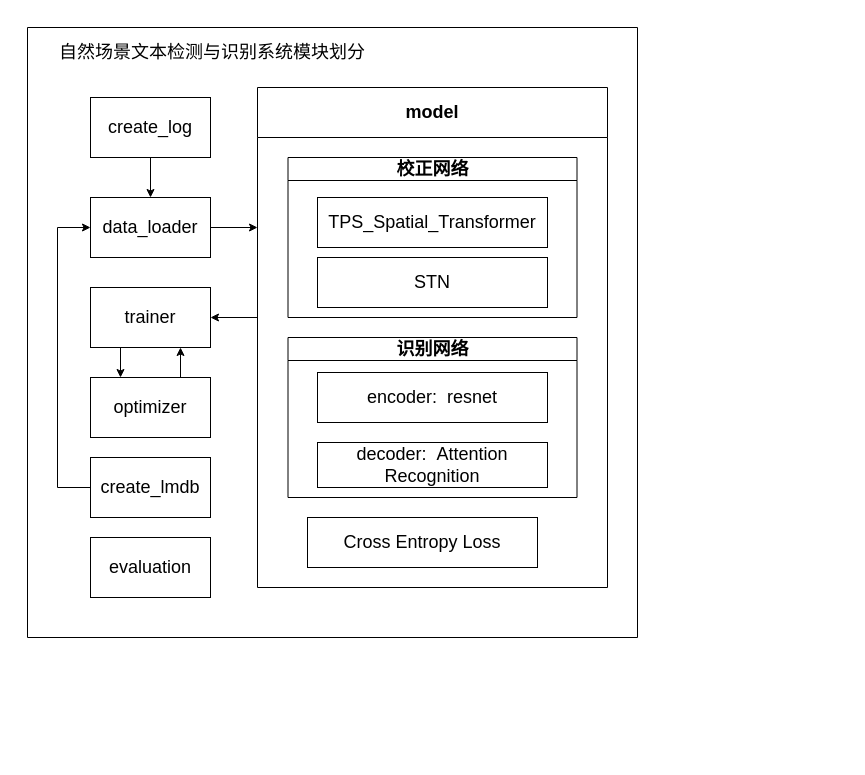
Earlier version of the draw.io diagram 未命名绘图.drawio (Dong-J93/_pictures). Source tidied: cells renumbered, new cells numbered last; positions are measured from the earlier drawing's top-left corner, leaving out a move shared by most shapes. Both pictures are drawn from the tidied source at 100%, with x=0, y=0 at pixel (17, 17).
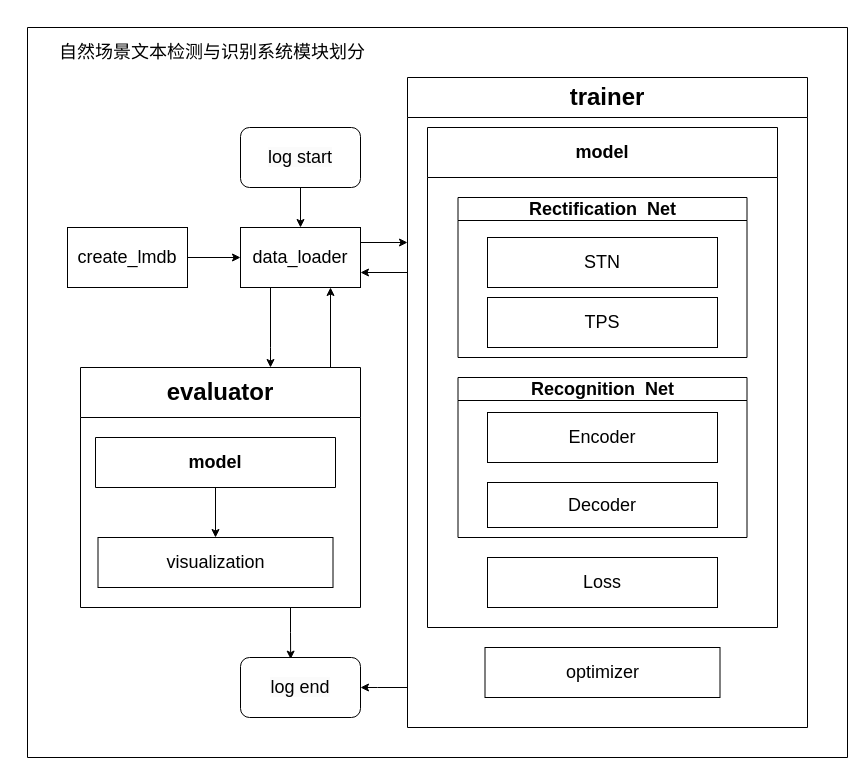
The same page after the edit.

Commit message:
更新未命名绘图.drawio

What changed in the source:
```diff
@@
     <mxCell id="2" style="swimlane;startSize=0;" parent="1" vertex="1">
-      <mxGeometry x="10" y="10" width="610" height="610" as="geometry" />
+      <mxGeometry x="10" y="10" width="820" height="730" as="geometry" />
     </mxCell>
-    <mxCell id="3" style="edgeStyle=orthogonalEdgeStyle;rounded=0;jettySize=auto;html=1;exitX=0;exitY=0.5;exitDx=0;exitDy=0;" parent="2" edge="1" source="4" target="15">
-      <mxGeometry relative="1" as="geometry">
-        <Array as="points">
-          <mxPoint x="230" y="290" />
-        </Array>
-      </mxGeometry>
-    </mxCell>
+    <mxCell id="24" style="edgeStyle=orthogonalEdgeStyle;rounded=0;jettySize=auto;html=1;exitX=1;exitY=0.25;exitDx=0;exitDy=0;" parent="2" edge="1" source="13">
+      <mxGeometry relative="1" as="geometry">
+        <mxPoint x="380" y="215" as="targetPoint" />
+      </mxGeometry>
+    </mxCell>
+    <mxCell id="25" style="edgeStyle=orthogonalEdgeStyle;rounded=0;jettySize=auto;html=1;exitX=0.25;exitY=1;exitDx=0;exitDy=0;" parent="2" edge="1" source="13" target="31">
+      <mxGeometry relative="1" as="geometry">
+        <Array as="points">
+          <mxPoint x="243" y="320" />
+          <mxPoint x="243" y="320" />
+        </Array>
+      </mxGeometry>
+    </mxCell>
+    <mxCell id="13" value="&lt;font style=&quot;font-size: 18px;&quot;&gt;data_loader&lt;/font&gt;" style="rounded=0;whiteSpace=wrap;html=1;" parent="2" vertex="1">
+      <mxGeometry x="213" y="200" width="120" height="60" as="geometry" />
+    </mxCell>
+    <mxCell id="18" value="&lt;font style=&quot;font-size: 18px;&quot;&gt;自然场景文本检测与识别系统模块划分&lt;/font&gt;" style="text;html=1;strokeColor=none;fillColor=none;align=center;verticalAlign=middle;whiteSpace=wrap;rounded=0;" parent="2" vertex="1">
+      <mxGeometry x="-10" y="-10" width="390" height="70" as="geometry" />
+    </mxCell>
+    <mxCell id="21" style="edgeStyle=orthogonalEdgeStyle;rounded=0;jettySize=auto;html=1;" parent="2" edge="1" source="22" target="13">
+      <mxGeometry relative="1" as="geometry" />
+    </mxCell>
+    <mxCell id="22" value="&lt;font style=&quot;font-size: 18px;&quot;&gt;create_lmdb&lt;/font&gt;" style="rounded=0;whiteSpace=wrap;html=1;" parent="2" vertex="1">
+      <mxGeometry x="40" y="200" width="120" height="60" as="geometry" />
+    </mxCell>
+    <mxCell id="26" style="edgeStyle=orthogonalEdgeStyle;rounded=0;jettySize=auto;html=1;" parent="2" edge="1" source="27" target="13">
+      <mxGeometry relative="1" as="geometry" />
+    </mxCell>
+    <mxCell id="27" value="&lt;span style=&quot;color: rgb(0, 0, 0); font-family: Helvetica; font-size: 18px; font-style: normal; font-variant-ligatures: normal; font-variant-caps: normal; font-weight: 400; letter-spacing: normal; orphans: 2; text-align: center; text-indent: 0px; text-transform: none; widows: 2; word-spacing: 0px; -webkit-text-stroke-width: 0px; background-color: rgb(251, 251, 251); text-decoration-thickness: initial; text-decoration-style: initial; text-decoration-color: initial; float: none; display: inline !important;&quot;&gt;log start&lt;/span&gt;" style="rounded=1;whiteSpace=wrap;html=1;" parent="2" vertex="1">
+      <mxGeometry x="213" y="100" width="120" height="60" as="geometry" />
+    </mxCell>
+    <mxCell id="28" style="edgeStyle=orthogonalEdgeStyle;rounded=0;jettySize=auto;html=1;entryX=1;entryY=0.75;entryDx=0;entryDy=0;" parent="2" edge="1" target="13">
+      <mxGeometry relative="1" as="geometry">
+        <mxPoint x="380" y="250" as="sourcePoint" />
+        <Array as="points">
+          <mxPoint x="380" y="245" />
+        </Array>
+      </mxGeometry>
+    </mxCell>
+    <mxCell id="15" value="&lt;font style=&quot;font-size: 24px;&quot;&gt;trainer&lt;/font&gt;" style="swimlane;whiteSpace=wrap;html=1;startSize=40;" parent="2" vertex="1">
+      <mxGeometry x="380" y="50" width="400" height="650" as="geometry" />
+    </mxCell>
-    <mxCell id="4" value="&lt;font style=&quot;font-size: 18px;&quot;&gt;model&lt;/font&gt;" style="swimlane;whiteSpace=wrap;html=1;startSize=50;" parent="2" vertex="1">
-      <mxGeometry x="230" y="60" width="350" height="500" as="geometry" />
+    <mxCell id="4" value="&lt;font style=&quot;font-size: 18px;&quot;&gt;model&lt;/font&gt;" style="swimlane;whiteSpace=wrap;html=1;startSize=50;" parent="15" vertex="1">
+      <mxGeometry x="20" y="50" width="350" height="500" as="geometry" />
     </mxCell>
-    <mxCell id="5" value="&lt;font style=&quot;font-size: 18px;&quot;&gt;校正网络&lt;/font&gt;" style="swimlane;whiteSpace=wrap;html=1;" parent="4" vertex="1">
+    <mxCell id="5" value="&lt;font style=&quot;font-size: 18px;&quot;&gt;Rectification&amp;nbsp; Net&lt;/font&gt;" style="swimlane;whiteSpace=wrap;html=1;" parent="4" vertex="1">
       <mxGeometry x="30.5" y="70" width="289" height="160" as="geometry" />
     </mxCell>
-    <mxCell id="6" value="&lt;font style=&quot;font-size: 18px;&quot;&gt;TPS_Spatial_Transformer&lt;/font&gt;" style="rounded=0;whiteSpace=wrap;html=1;" parent="5" vertex="1">
+    <mxCell id="6" value="&lt;font style=&quot;font-size: 18px;&quot;&gt;STN&lt;/font&gt;" style="rounded=0;whiteSpace=wrap;html=1;" parent="5" vertex="1">
       <mxGeometry x="29.5" y="40" width="230" height="50" as="geometry" />
     </mxCell>
-    <mxCell id="7" value="&lt;font style=&quot;font-size: 18px;&quot;&gt;STN&lt;/font&gt;" style="rounded=0;whiteSpace=wrap;html=1;" parent="5" vertex="1">
+    <mxCell id="7" value="&lt;font style=&quot;font-size: 18px;&quot;&gt;TPS&lt;/font&gt;" style="rounded=0;whiteSpace=wrap;html=1;" parent="5" vertex="1">
       <mxGeometry x="29.5" y="100" width="230" height="50" as="geometry" />
     </mxCell>
-    <mxCell id="8" value="&lt;font style=&quot;font-size: 18px;&quot;&gt;识别网络&lt;/font&gt;" style="swimlane;whiteSpace=wrap;html=1;" parent="4" vertex="1">
+    <mxCell id="8" value="&lt;font style=&quot;font-size: 18px;&quot;&gt;Recognition&amp;nbsp; Net&lt;/font&gt;" style="swimlane;whiteSpace=wrap;html=1;" parent="4" vertex="1">
       <mxGeometry x="30.5" y="250" width="289" height="160" as="geometry" />
     </mxCell>
-    <mxCell id="9" value="&lt;font style=&quot;font-size: 18px;&quot;&gt;encoder:&amp;nbsp; resnet&lt;/font&gt;" style="rounded=0;whiteSpace=wrap;html=1;" parent="8" vertex="1">
+    <mxCell id="9" value="&lt;font style=&quot;font-size: 18px;&quot;&gt;Encoder&lt;/font&gt;" style="rounded=0;whiteSpace=wrap;html=1;" parent="8" vertex="1">
       <mxGeometry x="29.5" y="35" width="230" height="50" as="geometry" />
     </mxCell>
-    <mxCell id="10" value="&lt;font style=&quot;font-size: 18px;&quot;&gt;&lt;font style=&quot;&quot;&gt;decoder:&amp;nbsp;&amp;nbsp;&lt;/font&gt;Attention Recognition&lt;/font&gt;" style="rounded=0;whiteSpace=wrap;html=1;" parent="8" vertex="1">
+    <mxCell id="10" value="&lt;span style=&quot;font-size: 18px;&quot;&gt;Decoder&lt;/span&gt;" style="rounded=0;whiteSpace=wrap;html=1;" parent="8" vertex="1">
       <mxGeometry x="29.5" y="105" width="230" height="45" as="geometry" />
     </mxCell>
-    <mxCell id="11" value="&lt;font style=&quot;font-size: 18px;&quot;&gt;Cross Entropy Loss&lt;/font&gt;" style="rounded=0;whiteSpace=wrap;html=1;" parent="4" vertex="1">
-      <mxGeometry x="50" y="430" width="230" height="50" as="geometry" />
+    <mxCell id="11" value="&lt;font style=&quot;font-size: 18px;&quot;&gt;Loss&lt;/font&gt;" style="rounded=0;whiteSpace=wrap;html=1;" parent="4" vertex="1">
+      <mxGeometry x="60" y="430" width="230" height="50" as="geometry" />
     </mxCell>
-    <mxCell id="12" style="edgeStyle=orthogonalEdgeStyle;rounded=0;jettySize=auto;html=1;exitX=1;exitY=0.5;exitDx=0;exitDy=0;" parent="2" edge="1" source="13">
-      <mxGeometry relative="1" as="geometry">
-        <mxPoint x="230" y="200" as="targetPoint" />
-        <Array as="points">
-          <mxPoint x="230" y="200" />
-        </Array>
-      </mxGeometry>
-    </mxCell>
-    <mxCell id="13" value="&lt;font style=&quot;font-size: 18px;&quot;&gt;data_loader&lt;/font&gt;" style="rounded=0;whiteSpace=wrap;html=1;" parent="2" vertex="1">
-      <mxGeometry x="63" y="170" width="120" height="60" as="geometry" />
-    </mxCell>
-    <mxCell id="14" style="edgeStyle=orthogonalEdgeStyle;rounded=0;jettySize=auto;html=1;exitX=0.25;exitY=1;exitDx=0;exitDy=0;entryX=0.25;entryY=0;entryDx=0;entryDy=0;" parent="2" edge="1" source="15" target="17">
-      <mxGeometry relative="1" as="geometry" />
-    </mxCell>
-    <mxCell id="15" value="&lt;font style=&quot;font-size: 18px;&quot;&gt;trainer&lt;/font&gt;" style="rounded=0;whiteSpace=wrap;html=1;" parent="2" vertex="1">
-      <mxGeometry x="63" y="260" width="120" height="60" as="geometry" />
-    </mxCell>
-    <mxCell id="16" style="edgeStyle=orthogonalEdgeStyle;rounded=0;jettySize=auto;html=1;exitX=0.75;exitY=0;exitDx=0;exitDy=0;entryX=0.75;entryY=1;entryDx=0;entryDy=0;" parent="2" edge="1" source="17" target="15">
-      <mxGeometry relative="1" as="geometry" />
-    </mxCell>
-    <mxCell id="17" value="&lt;span style=&quot;font-size: 18px;&quot;&gt;optimizer&lt;/span&gt;" style="rounded=0;whiteSpace=wrap;html=1;" parent="2" vertex="1">
-      <mxGeometry x="63" y="350" width="120" height="60" as="geometry" />
+    <mxCell id="17" value="&lt;span style=&quot;font-size: 18px;&quot;&gt;optimizer&lt;/span&gt;" style="rounded=0;whiteSpace=wrap;html=1;" parent="15" vertex="1">
+      <mxGeometry x="77.5" y="570" width="235" height="50" as="geometry" />
     </mxCell>
-    <mxCell id="18" value="&lt;font style=&quot;font-size: 18px;&quot;&gt;自然场景文本检测与识别系统模块划分&lt;/font&gt;" style="text;html=1;strokeColor=none;fillColor=none;align=center;verticalAlign=middle;whiteSpace=wrap;rounded=0;" parent="2" vertex="1">
-      <mxGeometry x="-10" y="-10" width="390" height="70" as="geometry" />
-    </mxCell>
-    <mxCell id="19" style="edgeStyle=orthogonalEdgeStyle;rounded=0;jettySize=auto;html=1;exitX=0.5;exitY=1;exitDx=0;exitDy=0;entryX=0.5;entryY=0;entryDx=0;entryDy=0;" parent="2" edge="1" source="20" target="13">
-      <mxGeometry relative="1" as="geometry" />
-    </mxCell>
-    <mxCell id="20" value="&lt;font style=&quot;font-size: 18px;&quot;&gt;create_log&lt;/font&gt;" style="rounded=0;whiteSpace=wrap;html=1;" parent="2" vertex="1">
-      <mxGeometry x="63" y="70" width="120" height="60" as="geometry" />
-    </mxCell>
-    <mxCell id="21" style="edgeStyle=orthogonalEdgeStyle;rounded=0;jettySize=auto;html=1;exitX=0;exitY=0.5;exitDx=0;exitDy=0;entryX=0;entryY=0.5;entryDx=0;entryDy=0;" parent="2" edge="1" source="22" target="13">
-      <mxGeometry relative="1" as="geometry">
-        <Array as="points">
-          <mxPoint x="30" y="460" />
-          <mxPoint x="30" y="200" />
-        </Array>
-      </mxGeometry>
-    </mxCell>
-    <mxCell id="22" value="&lt;font style=&quot;font-size: 18px;&quot;&gt;create_lmdb&lt;/font&gt;" style="rounded=0;whiteSpace=wrap;html=1;" parent="2" vertex="1">
-      <mxGeometry x="63" y="430" width="120" height="60" as="geometry" />
-    </mxCell>
-    <mxCell id="23" value="&lt;span style=&quot;font-size: 18px;&quot;&gt;evaluation&lt;/span&gt;" style="rounded=0;whiteSpace=wrap;html=1;" parent="2" vertex="1">
-      <mxGeometry x="63" y="510" width="120" height="60" as="geometry" />
-    </mxCell>
+    <mxCell id="29" style="edgeStyle=orthogonalEdgeStyle;rounded=0;jettySize=auto;html=1;exitX=0.75;exitY=0;exitDx=0;exitDy=0;entryX=0.75;entryY=1;entryDx=0;entryDy=0;" parent="2" edge="1" source="31" target="13">
+      <mxGeometry relative="1" as="geometry">
+        <Array as="points">
+          <mxPoint x="303" y="340" />
+        </Array>
+      </mxGeometry>
+    </mxCell>
+    <mxCell id="30" style="edgeStyle=orthogonalEdgeStyle;rounded=0;jettySize=auto;html=1;exitX=0.75;exitY=1;exitDx=0;exitDy=0;entryX=0.418;entryY=0.027;entryDx=0;entryDy=0;entryPerimeter=0;" parent="2" edge="1" source="31" target="36">
+      <mxGeometry relative="1" as="geometry" />
+    </mxCell>
+    <mxCell id="31" value="&lt;font style=&quot;font-size: 24px;&quot;&gt;evaluator&lt;/font&gt;" style="swimlane;whiteSpace=wrap;html=1;startSize=50;" parent="2" vertex="1">
+      <mxGeometry x="53" y="340" width="280" height="240" as="geometry" />
+    </mxCell>
+    <mxCell id="32" style="edgeStyle=orthogonalEdgeStyle;rounded=0;jettySize=auto;html=1;" parent="31" edge="1" source="33" target="34">
+      <mxGeometry relative="1" as="geometry" />
+    </mxCell>
+    <mxCell id="33" value="&lt;font style=&quot;font-size: 18px;&quot;&gt;model&lt;/font&gt;" style="swimlane;whiteSpace=wrap;html=1;startSize=50;" parent="31" vertex="1" collapsed="1">
+      <mxGeometry x="15" y="70" width="240" height="50" as="geometry" />
+    </mxCell>
+    <mxCell id="34" value="&lt;font style=&quot;font-size: 18px;&quot;&gt;visualization&lt;/font&gt;" style="rounded=0;whiteSpace=wrap;html=1;" parent="31" vertex="1">
+      <mxGeometry x="17.5" y="170" width="235" height="50" as="geometry" />
+    </mxCell>
+    <mxCell id="35" style="edgeStyle=orthogonalEdgeStyle;rounded=0;jettySize=auto;html=1;entryX=1;entryY=0.5;entryDx=0;entryDy=0;" parent="2" edge="1" target="36">
+      <mxGeometry relative="1" as="geometry">
+        <mxPoint x="380" y="660" as="sourcePoint" />
+        <Array as="points">
+          <mxPoint x="350" y="660" />
+          <mxPoint x="350" y="660" />
+        </Array>
+      </mxGeometry>
+    </mxCell>
+    <mxCell id="36" value="&lt;span style=&quot;color: rgb(0, 0, 0); font-family: Helvetica; font-size: 18px; font-style: normal; font-variant-ligatures: normal; font-variant-caps: normal; font-weight: 400; letter-spacing: normal; orphans: 2; text-align: center; text-indent: 0px; text-transform: none; widows: 2; word-spacing: 0px; -webkit-text-stroke-width: 0px; background-color: rgb(251, 251, 251); text-decoration-thickness: initial; text-decoration-style: initial; text-decoration-color: initial; float: none; display: inline !important;&quot;&gt;log end&lt;/span&gt;" style="rounded=1;whiteSpace=wrap;html=1;" parent="2" vertex="1">
+      <mxGeometry x="213" y="630" width="120" height="60" as="geometry" />
+    </mxCell>
```
